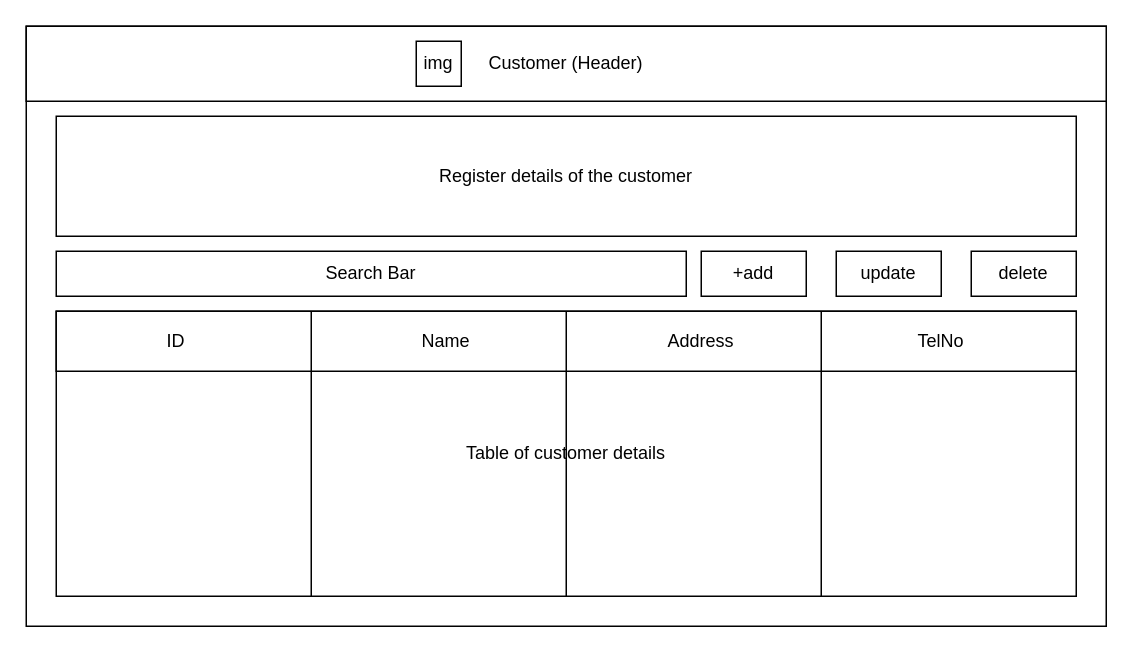
Kaveesha2000/POS_System keeps this draw.io diagram as Untitled Diagram.drawio. Above is the earlier version. Source tidied: cells renumbered, new cells numbered last; positions are measured from the earlier drawing's top-left corner, leaving out a move shared by most shapes. Both pictures are drawn from the tidied source at 150%, with x=0, y=0 at pixel (26, 26).
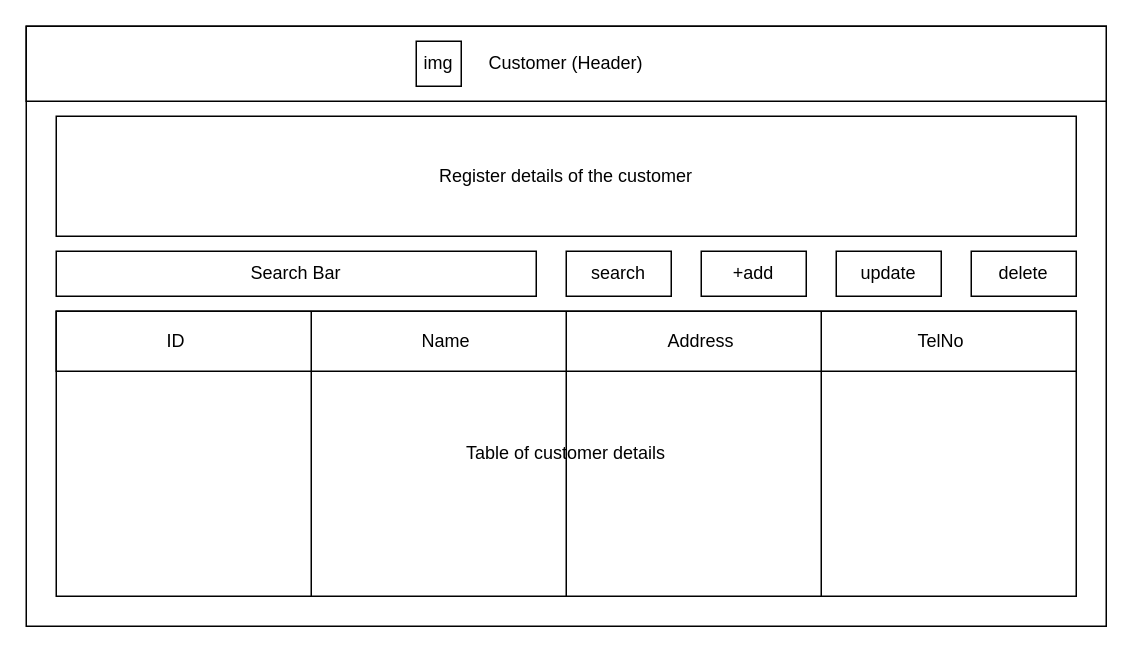
Above is the later version.

Diff of the diagram source:
```diff
@@
 <mxGraphModel>
   <root>
     <mxCell id="0" />
     <mxCell id="1" parent="0" />
     <mxCell id="2" style="rounded=0;whiteSpace=wrap;html=1;" parent="1" vertex="1">
       <mxGeometry width="720" height="400" as="geometry" />
     </mxCell>
     <mxCell id="3" value="Customer (Header)" style="rounded=0;whiteSpace=wrap;html=1;" parent="1" vertex="1">
       <mxGeometry width="720" height="50" as="geometry" />
     </mxCell>
     <mxCell id="4" value="img" style="whiteSpace=wrap;html=1;" parent="1" vertex="1">
       <mxGeometry x="260" y="10" width="30" height="30" as="geometry" />
     </mxCell>
     <mxCell id="5" value="Table of customer details" style="rounded=0;whiteSpace=wrap;html=1;" parent="1" vertex="1">
       <mxGeometry x="20" y="190" width="680" height="190" as="geometry" />
     </mxCell>
     <mxCell id="6" value="Register details of the customer" style="rounded=0;whiteSpace=wrap;html=1;" parent="1" vertex="1">
       <mxGeometry x="20" y="60" width="680" height="80" as="geometry" />
     </mxCell>
     <mxCell id="7" value="Search Bar" style="rounded=0;whiteSpace=wrap;html=1;" parent="1" vertex="1">
-      <mxGeometry x="20" y="150" width="420" height="30" as="geometry" />
+      <mxGeometry x="20" y="150" width="320" height="30" as="geometry" />
     </mxCell>
     <mxCell id="8" value="+add" style="rounded=0;whiteSpace=wrap;html=1;" parent="1" vertex="1">
       <mxGeometry x="450" y="150" width="70" height="30" as="geometry" />
     </mxCell>
     <mxCell id="9" value="update" style="rounded=0;whiteSpace=wrap;html=1;" parent="1" vertex="1">
       <mxGeometry x="540" y="150" width="70" height="30" as="geometry" />
     </mxCell>
     <mxCell id="10" value="delete" style="rounded=0;whiteSpace=wrap;html=1;" parent="1" vertex="1">
       <mxGeometry x="630" y="150" width="70" height="30" as="geometry" />
     </mxCell>
     <mxCell id="11" style="rounded=0;whiteSpace=wrap;html=1;" parent="1" vertex="1">
       <mxGeometry x="20" y="190" width="680" height="40" as="geometry" />
     </mxCell>
     <mxCell id="12" style="endArrow=none;html=1;exitX=0.25;exitY=1;exitDx=0;exitDy=0;entryX=0.25;entryY=0;entryDx=0;entryDy=0;" parent="1" edge="1" source="5" target="11">
       <mxGeometry relative="1" as="geometry" />
     </mxCell>
     <mxCell id="13" style="endArrow=none;html=1;exitX=0.5;exitY=1;exitDx=0;exitDy=0;entryX=0.5;entryY=0;entryDx=0;entryDy=0;" parent="1" edge="1" source="5" target="11">
       <mxGeometry relative="1" as="geometry" />
     </mxCell>
     <mxCell id="14" style="endArrow=none;html=1;exitX=0.75;exitY=1;exitDx=0;exitDy=0;entryX=0.75;entryY=0;entryDx=0;entryDy=0;" parent="1" edge="1" source="5" target="11">
       <mxGeometry relative="1" as="geometry" />
     </mxCell>
     <mxCell id="15" value="ID" style="text;html=1;strokeColor=none;fillColor=none;align=center;verticalAlign=middle;whiteSpace=wrap;rounded=0;" parent="1" vertex="1">
       <mxGeometry x="80" y="200" width="40" height="20" as="geometry" />
     </mxCell>
     <mxCell id="16" value="Name" style="text;html=1;strokeColor=none;fillColor=none;align=center;verticalAlign=middle;whiteSpace=wrap;rounded=0;" parent="1" vertex="1">
       <mxGeometry x="260" y="200" width="40" height="20" as="geometry" />
     </mxCell>
     <mxCell id="17" value="Address" style="text;html=1;strokeColor=none;fillColor=none;align=center;verticalAlign=middle;whiteSpace=wrap;rounded=0;" parent="1" vertex="1">
       <mxGeometry x="430" y="200" width="40" height="20" as="geometry" />
     </mxCell>
     <mxCell id="18" value="TelNo" style="text;html=1;strokeColor=none;fillColor=none;align=center;verticalAlign=middle;whiteSpace=wrap;rounded=0;" parent="1" vertex="1">
       <mxGeometry x="590" y="200" width="40" height="20" as="geometry" />
     </mxCell>
+    <mxCell id="19" value="search" style="rounded=0;whiteSpace=wrap;html=1;" parent="1" vertex="1">
+      <mxGeometry x="360" y="150" width="70" height="30" as="geometry" />
+    </mxCell>
   </root>
 </mxGraphModel>
```
